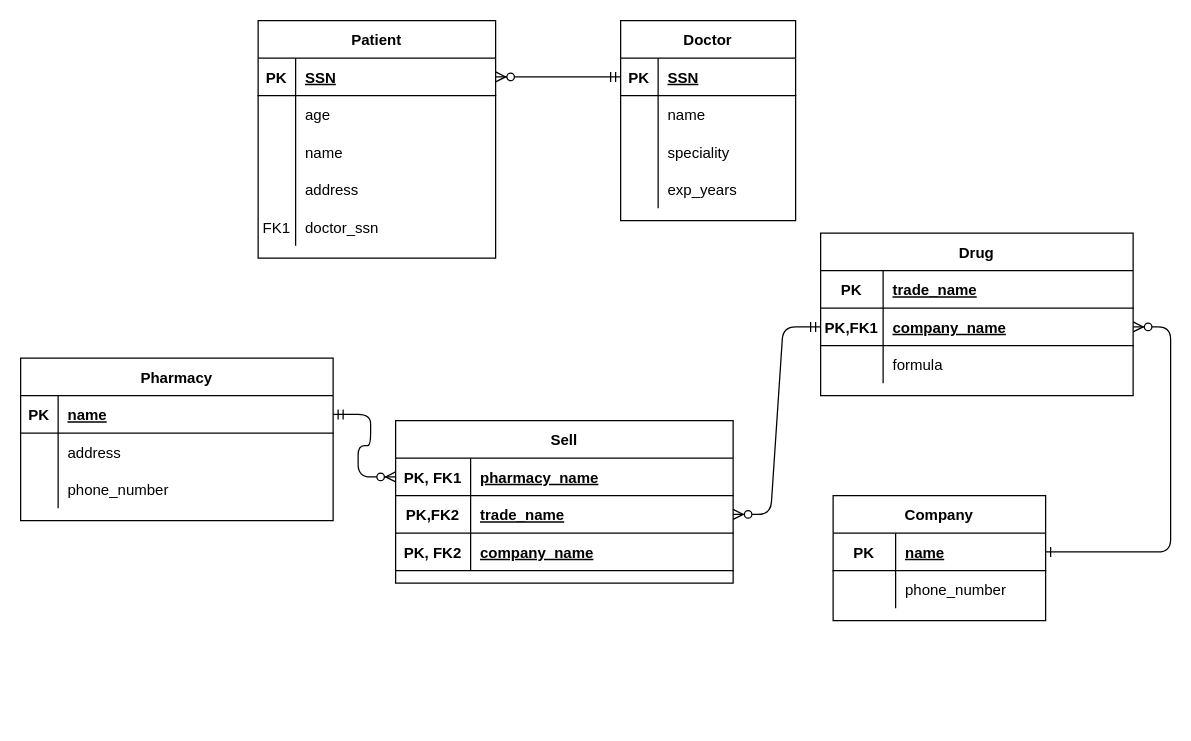
Above: Untitled Diagram.drawio in s021721/backup (draw.io), before the change. Source tidied: cells renumbered, new cells numbered last; positions are measured from the earlier drawing's top-left corner, leaving out a move shared by most shapes. Both pictures are drawn from the tidied source at 125%, with x=0, y=0 at pixel (20, 20).
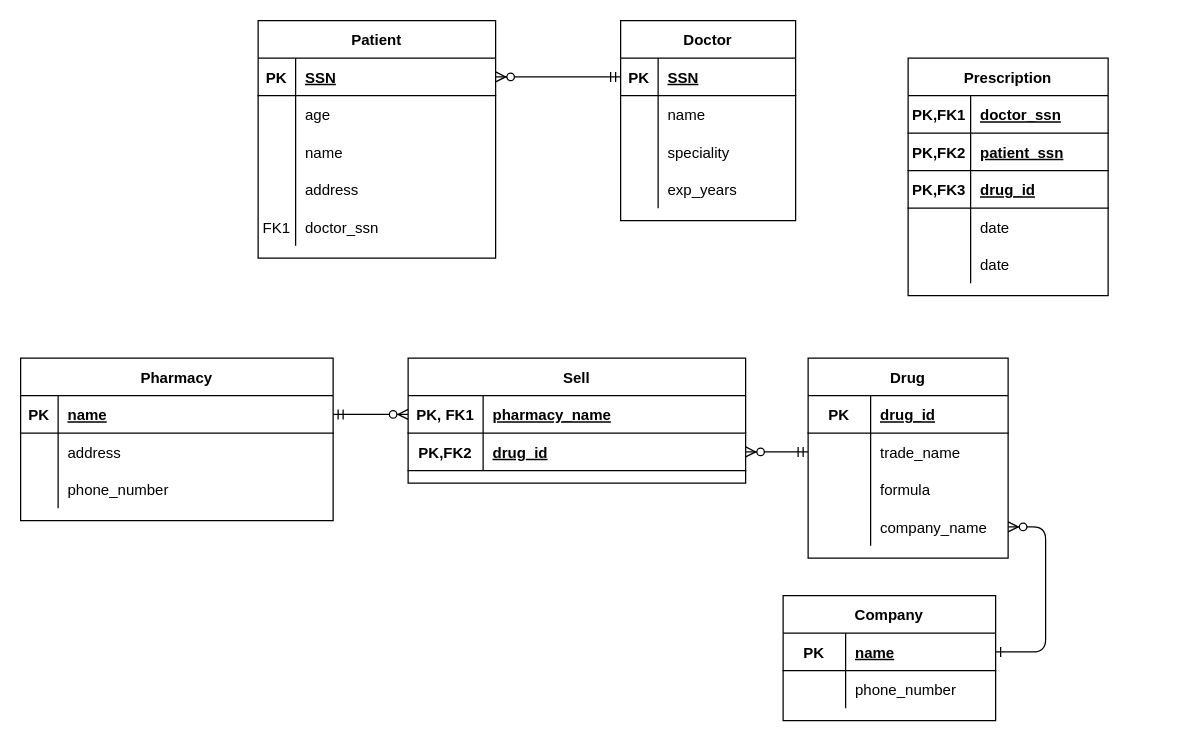
The same diagram, later.

The change refers to these unchanged cells:
```xml
<mxCell id="47" style="shape=partialRectangle;fillColor=none;points=[[0,0.5],[1,0.5]];portConstraint=eastwest;top=0;left=0;right=0;bottom=1;" parent="43" vertex="1">
  <mxGeometry y="60" width="270" height="30" as="geometry" />
</mxCell>
<mxCell id="66" style="shape=partialRectangle;fillColor=none;points=[[0,0.5],[1,0.5]];portConstraint=eastwest;top=0;left=0;right=0;bottom=1;" parent="65" vertex="1">
  <mxGeometry y="30" width="170" height="30" as="geometry" />
</mxCell>
```

Change to the diagram source:
```diff
@@
-    <mxCell id="3" style="edgeStyle=entityRelationEdgeStyle;endArrow=ERzeroToMany;startArrow=ERone;endFill=1;startFill=0;exitX=1;exitY=0.5;exitDx=0;exitDy=0;" parent="1" edge="1" source="66" target="21">
+    <mxCell id="3" style="edgeStyle=entityRelationEdgeStyle;endArrow=ERzeroToMany;startArrow=ERone;endFill=1;startFill=0;exitX=1;exitY=0.5;exitDx=0;exitDy=0;" parent="1" edge="1" source="66" target="77">
       <mxGeometry relative="1" as="geometry" />
     </mxCell>
@@
     <mxCell id="17" value="Drug" style="shape=table;startSize=30;childLayout=tableLayout;rowLines=0;fontStyle=1;align=center;" parent="1" vertex="1">
-      <mxGeometry x="640" y="170" width="250" height="130" as="geometry" />
+      <mxGeometry x="630" y="270" width="160" height="160" as="geometry" />
     </mxCell>
-    <mxCell id="18" style="shape=partialRectangle;fillColor=none;top=0;left=0;right=0;bottom=1;" parent="17" vertex="1">
-      <mxGeometry y="30" width="250" height="30" as="geometry" />
-    </mxCell>
+    <mxCell id="72" style="shape=partialRectangle;fillColor=none;top=0;left=0;right=0;bottom=1;" parent="17" vertex="1">
+      <mxGeometry y="30" width="160" height="30" as="geometry" />
+    </mxCell>
-    <mxCell id="19" value="PK" style="shape=partialRectangle;overflow=hidden;fillColor=none;top=0;left=0;bottom=0;right=0;fontStyle=1;" parent="18" vertex="1">
+    <mxCell id="19" value="PK" style="shape=partialRectangle;overflow=hidden;fillColor=none;top=0;left=0;bottom=0;right=0;fontStyle=1;" parent="72" vertex="1">
       <mxGeometry width="50" height="30" as="geometry" />
     </mxCell>
-    <mxCell id="20" value="trade_name" style="shape=partialRectangle;overflow=hidden;fillColor=none;top=0;left=0;bottom=0;right=0;align=left;spacingLeft=6;fontStyle=5;" parent="18" vertex="1">
-      <mxGeometry x="50" width="200" height="30" as="geometry" />
-    </mxCell>
-    <mxCell id="21" style="shape=partialRectangle;fillColor=none;points=[[0,0.5],[1,0.5]];portConstraint=eastwest;top=0;left=0;right=0;bottom=1;" parent="17" vertex="1">
-      <mxGeometry y="60" width="250" height="30" as="geometry" />
-    </mxCell>
-    <mxCell id="22" value="PK,FK1" style="shape=partialRectangle;overflow=hidden;fillColor=none;top=0;left=0;bottom=0;right=0;fontStyle=1;" parent="21" vertex="1">
-      <mxGeometry width="50" height="30" as="geometry" />
-    </mxCell>
-    <mxCell id="23" value="company_name" style="shape=partialRectangle;overflow=hidden;fillColor=none;top=0;left=0;bottom=0;right=0;align=left;spacingLeft=6;fontStyle=5;" parent="21" vertex="1">
-      <mxGeometry x="50" width="200" height="30" as="geometry" />
-    </mxCell>
+    <mxCell id="73" value="drug_id" style="shape=partialRectangle;overflow=hidden;fillColor=none;top=0;left=0;bottom=0;right=0;align=left;spacingLeft=6;fontStyle=5;" parent="72" vertex="1">
+      <mxGeometry x="50" width="110" height="30" as="geometry" />
+    </mxCell>
     <mxCell id="24" style="shape=partialRectangle;fillColor=none;top=0;left=0;right=0;bottom=0;" parent="17" vertex="1">
-      <mxGeometry y="90" width="250" height="30" as="geometry" />
+      <mxGeometry y="60" width="160" height="30" as="geometry" />
     </mxCell>
@@
-    <mxCell id="26" value="formula" style="shape=partialRectangle;overflow=hidden;fillColor=none;top=0;left=0;bottom=0;right=0;align=left;spacingLeft=6;" parent="24" vertex="1">
-      <mxGeometry x="50" width="200" height="30" as="geometry" />
+    <mxCell id="26" value="trade_name" style="shape=partialRectangle;overflow=hidden;fillColor=none;top=0;left=0;bottom=0;right=0;align=left;spacingLeft=6;" parent="24" vertex="1">
+      <mxGeometry x="50" width="110" height="30" as="geometry" />
     </mxCell>
+    <mxCell id="74" style="shape=partialRectangle;fillColor=none;top=0;left=0;right=0;bottom=0;" parent="17" vertex="1">
+      <mxGeometry y="90" width="160" height="30" as="geometry" />
+    </mxCell>
+    <mxCell id="75" style="shape=partialRectangle;overflow=hidden;fillColor=none;top=0;left=0;bottom=0;right=0;" parent="74" vertex="1">
+      <mxGeometry width="50" height="30" as="geometry" />
+    </mxCell>
+    <mxCell id="76" value="formula" style="shape=partialRectangle;overflow=hidden;fillColor=none;top=0;left=0;bottom=0;right=0;align=left;spacingLeft=6;" parent="74" vertex="1">
+      <mxGeometry x="50" width="110" height="30" as="geometry" />
+    </mxCell>
+    <mxCell id="77" style="shape=partialRectangle;fillColor=none;points=[[0,0.5],[1,0.5]];portConstraint=eastwest;top=0;left=0;right=0;bottom=0;" parent="17" vertex="1">
+      <mxGeometry y="120" width="160" height="30" as="geometry" />
+    </mxCell>
+    <mxCell id="78" style="shape=partialRectangle;overflow=hidden;fillColor=none;top=0;left=0;bottom=0;right=0;" parent="77" vertex="1">
+      <mxGeometry width="50" height="30" as="geometry" />
+    </mxCell>
+    <mxCell id="79" value="company_name" style="shape=partialRectangle;overflow=hidden;fillColor=none;top=0;left=0;bottom=0;right=0;align=left;spacingLeft=6;" parent="77" vertex="1">
+      <mxGeometry x="50" width="110" height="30" as="geometry" />
+    </mxCell>
@@
     <mxCell id="43" value="Sell" style="shape=table;startSize=30;childLayout=tableLayout;rowLines=0;fontStyle=1;align=center;" parent="1" vertex="1">
-      <mxGeometry x="300" y="320" width="270" height="130" as="geometry" />
+      <mxGeometry x="310" y="270" width="270" height="100" as="geometry" />
     </mxCell>
@@
-    <mxCell id="49" value="trade_name" style="shape=partialRectangle;overflow=hidden;fillColor=none;top=0;left=0;bottom=0;right=0;align=left;spacingLeft=6;fontStyle=5;" parent="47" vertex="1">
+    <mxCell id="49" value="drug_id" style="shape=partialRectangle;overflow=hidden;fillColor=none;top=0;left=0;bottom=0;right=0;align=left;spacingLeft=6;fontStyle=5;" parent="47" vertex="1">
       <mxGeometry x="60" width="210" height="30" as="geometry" />
     </mxCell>
-    <mxCell id="50" style="shape=partialRectangle;fillColor=none;top=0;left=0;right=0;bottom=1;" parent="43" vertex="1">
-      <mxGeometry y="90" width="270" height="30" as="geometry" />
-    </mxCell>
-    <mxCell id="51" value="PK, FK2" style="shape=partialRectangle;overflow=hidden;fillColor=none;top=0;left=0;bottom=0;right=0;fontStyle=1;" parent="50" vertex="1">
-      <mxGeometry width="60" height="30" as="geometry" />
-    </mxCell>
-    <mxCell id="52" value="company_name" style="shape=partialRectangle;overflow=hidden;fillColor=none;top=0;left=0;bottom=0;right=0;align=left;spacingLeft=6;fontStyle=5;" parent="50" vertex="1">
-      <mxGeometry x="60" width="210" height="30" as="geometry" />
-    </mxCell>
@@
-    <mxCell id="63" style="edgeStyle=entityRelationEdgeStyle;endArrow=ERmandOne;startArrow=ERzeroToMany;endFill=0;startFill=1;entryX=0;entryY=0.5;entryDx=0;entryDy=0;exitX=1;exitY=0.5;exitDx=0;exitDy=0;rounded=1;" parent="1" edge="1" source="47" target="21">
-      <mxGeometry relative="1" as="geometry" />
+    <mxCell id="63" style="edgeStyle=entityRelationEdgeStyle;endArrow=ERmandOne;startArrow=ERzeroToMany;endFill=0;startFill=1;entryX=0;entryY=0.5;entryDx=0;entryDy=0;exitX=1;exitY=0.5;exitDx=0;exitDy=0;rounded=1;" parent="1" edge="1" source="47">
+      <mxGeometry relative="1" as="geometry">
+        <mxPoint x="630" y="345" as="targetPoint" />
+      </mxGeometry>
     </mxCell>
@@
     <mxCell id="65" value="Company" style="shape=table;startSize=30;childLayout=tableLayout;rowLines=0;fontStyle=1;align=center;" parent="1" vertex="1">
-      <mxGeometry x="650" y="380" width="170" height="100" as="geometry" />
+      <mxGeometry x="610" y="460" width="170" height="100" as="geometry" />
     </mxCell>
@@
+    <mxCell id="80" value="Prescription" style="shape=table;startSize=30;childLayout=tableLayout;rowLines=0;fontStyle=1;align=center;" parent="1" vertex="1">
+      <mxGeometry x="710" y="30" width="160" height="190" as="geometry" />
+    </mxCell>
+    <mxCell id="81" style="shape=partialRectangle;fillColor=none;top=0;left=0;right=0;bottom=1;" parent="80" vertex="1">
+      <mxGeometry y="30" width="160" height="30" as="geometry" />
+    </mxCell>
+    <mxCell id="22" value="PK,FK1" style="shape=partialRectangle;overflow=hidden;fillColor=none;top=0;left=0;bottom=0;right=0;fontStyle=1;" parent="81" vertex="1">
+      <mxGeometry width="50" height="30" as="geometry" />
+    </mxCell>
+    <mxCell id="82" value="doctor_ssn" style="shape=partialRectangle;overflow=hidden;fillColor=none;top=0;left=0;bottom=0;right=0;align=left;spacingLeft=6;fontStyle=5;" parent="81" vertex="1">
+      <mxGeometry x="50" width="110" height="30" as="geometry" />
+    </mxCell>
+    <mxCell id="83" style="shape=partialRectangle;fillColor=none;top=0;left=0;right=0;bottom=1;" parent="80" vertex="1">
+      <mxGeometry y="60" width="160" height="30" as="geometry" />
+    </mxCell>
+    <mxCell id="84" value="PK,FK2" style="shape=partialRectangle;overflow=hidden;fillColor=none;top=0;left=0;bottom=0;right=0;fontStyle=1;" parent="83" vertex="1">
+      <mxGeometry width="50" height="30" as="geometry" />
+    </mxCell>
+    <mxCell id="85" value="patient_ssn" style="shape=partialRectangle;overflow=hidden;fillColor=none;top=0;left=0;bottom=0;right=0;align=left;spacingLeft=6;fontStyle=5;" parent="83" vertex="1">
+      <mxGeometry x="50" width="110" height="30" as="geometry" />
+    </mxCell>
+    <mxCell id="86" style="shape=partialRectangle;fillColor=none;top=0;left=0;right=0;bottom=1;" parent="80" vertex="1">
+      <mxGeometry y="90" width="160" height="30" as="geometry" />
+    </mxCell>
+    <mxCell id="87" value="PK,FK3" style="shape=partialRectangle;overflow=hidden;fillColor=none;top=0;left=0;bottom=0;right=0;fontStyle=1;" parent="86" vertex="1">
+      <mxGeometry width="50" height="30" as="geometry" />
+    </mxCell>
+    <mxCell id="88" value="drug_id" style="shape=partialRectangle;overflow=hidden;fillColor=none;top=0;left=0;bottom=0;right=0;align=left;spacingLeft=6;fontStyle=5;" parent="86" vertex="1">
+      <mxGeometry x="50" width="110" height="30" as="geometry" />
+    </mxCell>
+    <mxCell id="89" style="shape=partialRectangle;fillColor=none;top=0;left=0;right=0;bottom=0;" parent="80" vertex="1">
+      <mxGeometry y="120" width="160" height="30" as="geometry" />
+    </mxCell>
+    <mxCell id="90" style="shape=partialRectangle;overflow=hidden;fillColor=none;top=0;left=0;bottom=0;right=0;" parent="89" vertex="1">
+      <mxGeometry width="50" height="30" as="geometry" />
+    </mxCell>
+    <mxCell id="91" value="date" style="shape=partialRectangle;overflow=hidden;fillColor=none;top=0;left=0;bottom=0;right=0;align=left;spacingLeft=6;" parent="89" vertex="1">
+      <mxGeometry x="50" width="110" height="30" as="geometry" />
+    </mxCell>
+    <mxCell id="92" style="shape=partialRectangle;fillColor=none;top=0;left=0;right=0;bottom=0;" parent="80" vertex="1">
+      <mxGeometry y="150" width="160" height="30" as="geometry" />
+    </mxCell>
+    <mxCell id="93" style="shape=partialRectangle;overflow=hidden;fillColor=none;top=0;left=0;bottom=0;right=0;" parent="92" vertex="1">
+      <mxGeometry width="50" height="30" as="geometry" />
+    </mxCell>
+    <mxCell id="94" value="date" style="shape=partialRectangle;overflow=hidden;fillColor=none;top=0;left=0;bottom=0;right=0;align=left;spacingLeft=6;" parent="92" vertex="1">
+      <mxGeometry x="50" width="110" height="30" as="geometry" />
+    </mxCell>
```
